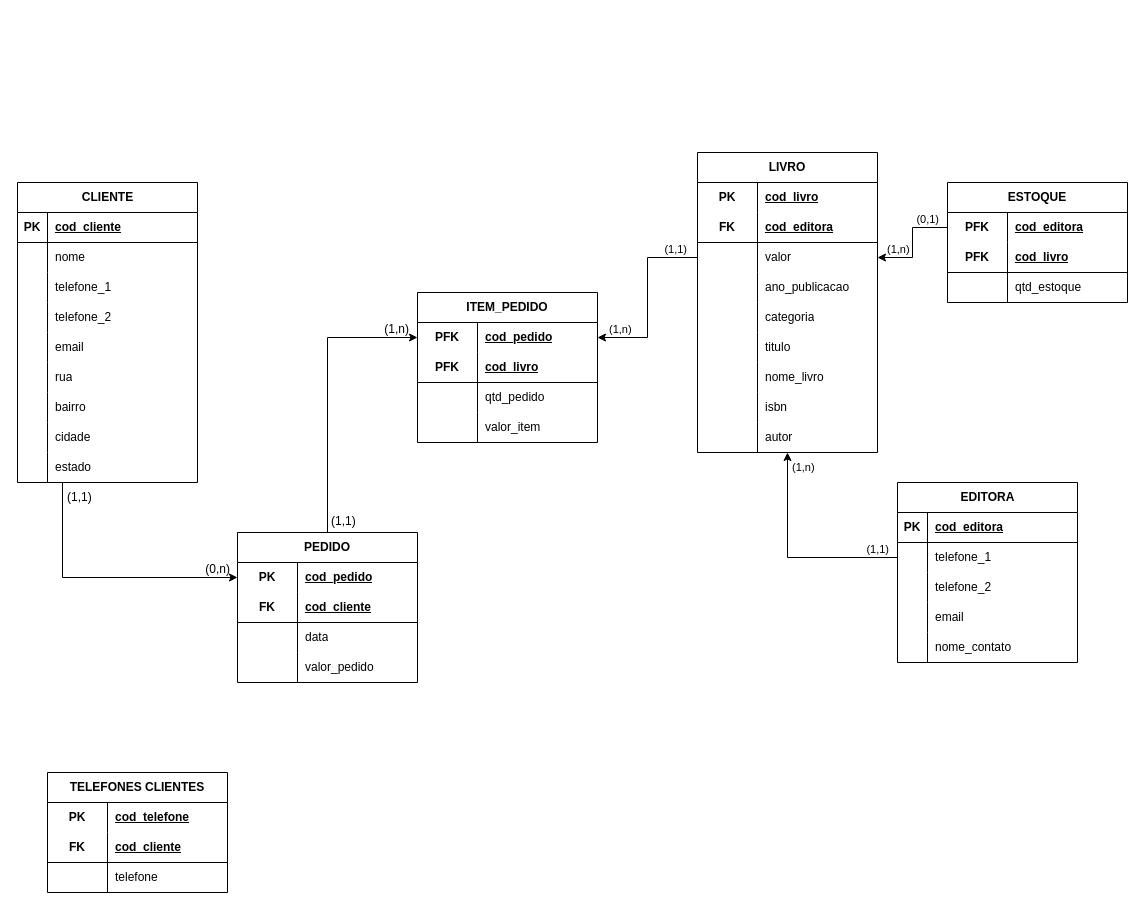
Above: page "Modelo lógico" (3 of 3) of Ativos de produção.drawio in danielpiupiu/Projetos (draw.io), before the change. Source tidied: cells renumbered, new cells numbered last; positions are measured from the earlier drawing's top-left corner, leaving out a move shared by most shapes. Both pictures are drawn from the tidied source at 100%, with x=0, y=0 at pixel (17, 152).
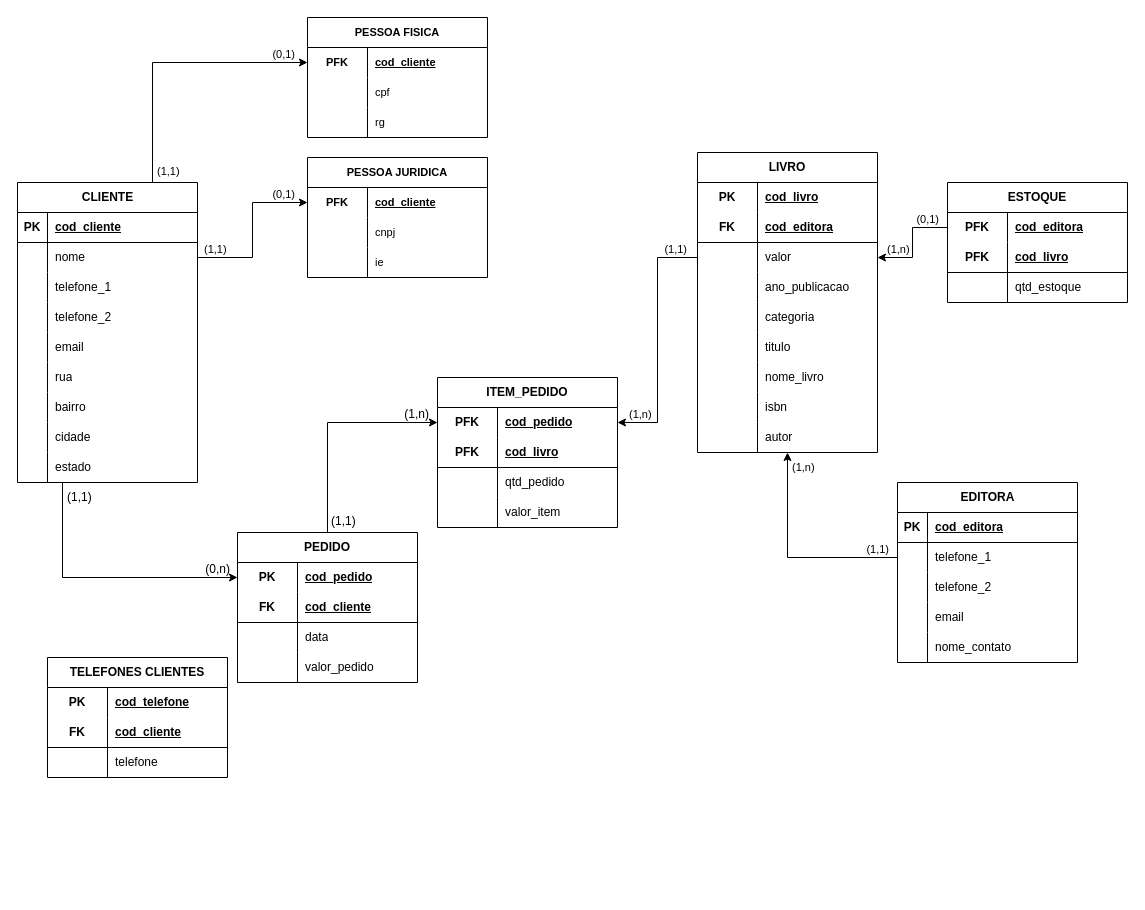
After the change.

Unchanged cells that the change refers to:
```xml
<mxCell id="2" value="CLIENTE" style="shape=table;startSize=30;childLayout=tableLayout;rowLines=0;fontStyle=1;align=center;html=1;" parent="1" vertex="1">
  <mxGeometry y="30" width="180" height="300" as="geometry" />
</mxCell>
```

Change to the diagram source:
```diff
@@
     <mxCell id="97" value="TELEFONES CLIENTES" style="shape=table;startSize=30;childLayout=tableLayout;rowLines=0;fontStyle=1;align=center;html=1;whiteSpace=wrap;" parent="1" vertex="1">
-      <mxGeometry x="30" y="620" width="180" height="120" as="geometry" />
+      <mxGeometry x="30" y="505" width="180" height="120" as="geometry" />
     </mxCell>
@@
     <mxCell id="107" value="ITEM_PEDIDO" style="shape=table;startSize=30;childLayout=tableLayout;rowLines=0;fontStyle=1;align=center;html=1;whiteSpace=wrap;" parent="1" vertex="1">
-      <mxGeometry x="400" y="140" width="180" height="150" as="geometry" />
+      <mxGeometry x="420" y="225" width="180" height="150" as="geometry" />
     </mxCell>
@@
+    <mxCell id="135" value="PESSOA FISICA" style="shape=table;startSize=30;childLayout=tableLayout;rowLines=0;fontStyle=1;align=center;html=1;whiteSpace=wrap;fontFamily=Helvetica;fontSize=11;fontColor=default;labelBackgroundColor=default;" parent="1" vertex="1">
+      <mxGeometry x="290" y="-135" width="180" height="120" as="geometry" />
+    </mxCell>
+    <mxCell id="136" style="shape=tableRow;horizontal=0;startSize=0;swimlaneHead=0;swimlaneBody=0;fillColor=none;points=[[0,0.5],[1,0.5]];portConstraint=eastwest;top=0;left=0;right=0;bottom=0;html=1;fontFamily=Helvetica;fontSize=11;fontColor=default;labelBackgroundColor=default;" parent="135" vertex="1">
+      <mxGeometry y="30" width="180" height="30" as="geometry" />
+    </mxCell>
+    <mxCell id="137" value="PFK" style="shape=partialRectangle;fillColor=none;top=0;left=0;bottom=0;right=0;fontStyle=1;overflow=hidden;html=1;whiteSpace=wrap;fontFamily=Helvetica;fontSize=11;fontColor=default;labelBackgroundColor=default;" parent="136" vertex="1">
+      <mxGeometry width="60" height="30" as="geometry" />
+    </mxCell>
+    <mxCell id="138" value="cod_cliente" style="shape=partialRectangle;fillColor=none;top=0;left=0;bottom=0;right=0;align=left;spacingLeft=6;fontStyle=5;overflow=hidden;html=1;whiteSpace=wrap;fontFamily=Helvetica;fontSize=11;fontColor=default;labelBackgroundColor=default;" parent="136" vertex="1">
+      <mxGeometry x="60" width="120" height="30" as="geometry" />
+    </mxCell>
+    <mxCell id="139" style="shape=tableRow;horizontal=0;startSize=0;swimlaneHead=0;swimlaneBody=0;fillColor=none;top=0;left=0;right=0;bottom=0;html=1;fontFamily=Helvetica;fontSize=11;fontColor=default;labelBackgroundColor=default;" parent="135" vertex="1">
+      <mxGeometry y="60" width="180" height="30" as="geometry" />
+    </mxCell>
+    <mxCell id="140" style="shape=partialRectangle;fillColor=none;top=0;left=0;bottom=0;right=0;overflow=hidden;html=1;whiteSpace=wrap;fontFamily=Helvetica;fontSize=11;fontColor=default;labelBackgroundColor=default;" parent="139" vertex="1">
+      <mxGeometry width="60" height="30" as="geometry" />
+    </mxCell>
+    <mxCell id="141" value="cpf" style="shape=partialRectangle;fillColor=none;top=0;left=0;bottom=0;right=0;align=left;spacingLeft=6;overflow=hidden;html=1;whiteSpace=wrap;fontFamily=Helvetica;fontSize=11;fontColor=default;labelBackgroundColor=default;" parent="139" vertex="1">
+      <mxGeometry x="60" width="120" height="30" as="geometry" />
+    </mxCell>
+    <mxCell id="142" style="shape=tableRow;horizontal=0;startSize=0;swimlaneHead=0;swimlaneBody=0;fillColor=none;top=0;left=0;right=0;bottom=0;html=1;fontFamily=Helvetica;fontSize=11;fontColor=default;labelBackgroundColor=default;" parent="135" vertex="1">
+      <mxGeometry y="90" width="180" height="30" as="geometry" />
+    </mxCell>
+    <mxCell id="143" style="shape=partialRectangle;fillColor=none;top=0;left=0;bottom=0;right=0;overflow=hidden;html=1;whiteSpace=wrap;fontFamily=Helvetica;fontSize=11;fontColor=default;labelBackgroundColor=default;" parent="142" vertex="1">
+      <mxGeometry width="60" height="30" as="geometry" />
+    </mxCell>
+    <mxCell id="144" value="rg" style="shape=partialRectangle;fillColor=none;top=0;left=0;bottom=0;right=0;align=left;spacingLeft=6;overflow=hidden;html=1;whiteSpace=wrap;fontFamily=Helvetica;fontSize=11;fontColor=default;labelBackgroundColor=default;" parent="142" vertex="1">
+      <mxGeometry x="60" width="120" height="30" as="geometry" />
+    </mxCell>
+    <mxCell id="145" value="PESSOA JURIDICA" style="shape=table;startSize=30;childLayout=tableLayout;rowLines=0;fontStyle=1;align=center;html=1;whiteSpace=wrap;fontFamily=Helvetica;fontSize=11;fontColor=default;labelBackgroundColor=default;" parent="1" vertex="1">
+      <mxGeometry x="290" y="5" width="180" height="120" as="geometry" />
+    </mxCell>
+    <mxCell id="146" style="shape=tableRow;horizontal=0;startSize=0;swimlaneHead=0;swimlaneBody=0;fillColor=none;points=[[0,0.5],[1,0.5]];portConstraint=eastwest;top=0;left=0;right=0;bottom=0;html=1;fontFamily=Helvetica;fontSize=11;fontColor=default;labelBackgroundColor=default;" parent="145" vertex="1">
+      <mxGeometry y="30" width="180" height="30" as="geometry" />
+    </mxCell>
+    <mxCell id="147" value="PFK" style="shape=partialRectangle;fillColor=none;top=0;left=0;bottom=0;right=0;fontStyle=1;overflow=hidden;html=1;whiteSpace=wrap;fontFamily=Helvetica;fontSize=11;fontColor=default;labelBackgroundColor=default;" parent="146" vertex="1">
+      <mxGeometry width="60" height="30" as="geometry" />
+    </mxCell>
+    <mxCell id="148" value="cod_cliente" style="shape=partialRectangle;fillColor=none;top=0;left=0;bottom=0;right=0;align=left;spacingLeft=6;fontStyle=5;overflow=hidden;html=1;whiteSpace=wrap;fontFamily=Helvetica;fontSize=11;fontColor=default;labelBackgroundColor=default;" parent="146" vertex="1">
+      <mxGeometry x="60" width="120" height="30" as="geometry" />
+    </mxCell>
+    <mxCell id="149" style="shape=tableRow;horizontal=0;startSize=0;swimlaneHead=0;swimlaneBody=0;fillColor=none;top=0;left=0;right=0;bottom=0;html=1;fontFamily=Helvetica;fontSize=11;fontColor=default;labelBackgroundColor=default;" parent="145" vertex="1">
+      <mxGeometry y="60" width="180" height="30" as="geometry" />
+    </mxCell>
+    <mxCell id="150" style="shape=partialRectangle;fillColor=none;top=0;left=0;bottom=0;right=0;overflow=hidden;html=1;whiteSpace=wrap;fontFamily=Helvetica;fontSize=11;fontColor=default;labelBackgroundColor=default;" parent="149" vertex="1">
+      <mxGeometry width="60" height="30" as="geometry" />
+    </mxCell>
+    <mxCell id="151" value="cnpj" style="shape=partialRectangle;fillColor=none;top=0;left=0;bottom=0;right=0;align=left;spacingLeft=6;overflow=hidden;html=1;whiteSpace=wrap;fontFamily=Helvetica;fontSize=11;fontColor=default;labelBackgroundColor=default;" parent="149" vertex="1">
+      <mxGeometry x="60" width="120" height="30" as="geometry" />
+    </mxCell>
+    <mxCell id="152" style="shape=tableRow;horizontal=0;startSize=0;swimlaneHead=0;swimlaneBody=0;fillColor=none;top=0;left=0;right=0;bottom=0;html=1;fontFamily=Helvetica;fontSize=11;fontColor=default;labelBackgroundColor=default;" parent="145" vertex="1">
+      <mxGeometry y="90" width="180" height="30" as="geometry" />
+    </mxCell>
+    <mxCell id="153" style="shape=partialRectangle;fillColor=none;top=0;left=0;bottom=0;right=0;overflow=hidden;html=1;whiteSpace=wrap;fontFamily=Helvetica;fontSize=11;fontColor=default;labelBackgroundColor=default;" parent="152" vertex="1">
+      <mxGeometry width="60" height="30" as="geometry" />
+    </mxCell>
+    <mxCell id="154" value="ie" style="shape=partialRectangle;fillColor=none;top=0;left=0;bottom=0;right=0;align=left;spacingLeft=6;overflow=hidden;html=1;whiteSpace=wrap;fontFamily=Helvetica;fontSize=11;fontColor=default;labelBackgroundColor=default;" parent="152" vertex="1">
+      <mxGeometry x="60" width="120" height="30" as="geometry" />
+    </mxCell>
+    <mxCell id="155" style="endArrow=classic;html=1;rounded=0;strokeColor=default;align=center;verticalAlign=middle;fontFamily=Helvetica;fontSize=11;fontColor=default;labelBackgroundColor=default;edgeStyle=orthogonalEdgeStyle;exitX=0.75;exitY=0;exitDx=0;exitDy=0;entryX=0;entryY=0.5;entryDx=0;entryDy=0;endFill=1;" parent="1" edge="1" source="2" target="136">
+      <mxGeometry relative="1" as="geometry" />
+    </mxCell>
+    <mxCell id="156" value="(1,1)" style="html=1;whiteSpace=wrap;align=left;verticalAlign=bottom;fontFamily=Helvetica;fontSize=11;fontColor=default;labelBackgroundColor=default;" parent="155" vertex="1">
+      <mxGeometry x="-1" relative="1" as="geometry">
+        <mxPoint x="3" y="-3" as="offset" />
+      </mxGeometry>
+    </mxCell>
+    <mxCell id="157" value="(0,1)" style="html=1;whiteSpace=wrap;align=right;verticalAlign=bottom;fontFamily=Helvetica;fontSize=11;fontColor=default;labelBackgroundColor=default;" parent="155" vertex="1">
+      <mxGeometry x="1" relative="1" as="geometry">
+        <mxPoint x="-11" as="offset" />
+      </mxGeometry>
+    </mxCell>
+    <mxCell id="158" style="endArrow=classic;html=1;rounded=0;strokeColor=default;align=center;verticalAlign=middle;fontFamily=Helvetica;fontSize=11;fontColor=default;labelBackgroundColor=default;edgeStyle=orthogonalEdgeStyle;exitX=1;exitY=0.25;exitDx=0;exitDy=0;entryX=0;entryY=0.5;entryDx=0;entryDy=0;endFill=1;" parent="1" edge="1" source="2" target="146">
+      <mxGeometry relative="1" as="geometry" />
+    </mxCell>
+    <mxCell id="159" value="(1,1)" style="html=1;whiteSpace=wrap;align=left;verticalAlign=bottom;fontFamily=Helvetica;fontSize=11;fontColor=default;labelBackgroundColor=default;" parent="158" vertex="1">
+      <mxGeometry x="-1" relative="1" as="geometry">
+        <mxPoint x="5" as="offset" />
+      </mxGeometry>
+    </mxCell>
+    <mxCell id="160" value="(0,1)" style="html=1;whiteSpace=wrap;align=right;verticalAlign=bottom;fontFamily=Helvetica;fontSize=11;fontColor=default;labelBackgroundColor=default;" parent="158" vertex="1">
+      <mxGeometry x="1" relative="1" as="geometry">
+        <mxPoint x="-11" as="offset" />
+      </mxGeometry>
+    </mxCell>
```
